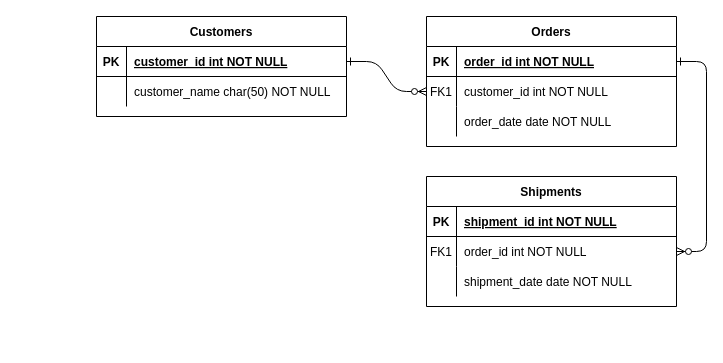
This is Untitled Diagram.drawio from fruitbox12/CS1260, a draw.io file, before an edit. Source tidied: cells renumbered, new cells numbered last; positions are measured from the earlier drawing's top-left corner, leaving out a move shared by most shapes. Both pictures are drawn from the tidied source at 100%, with x=0, y=0 at pixel (96, 16).
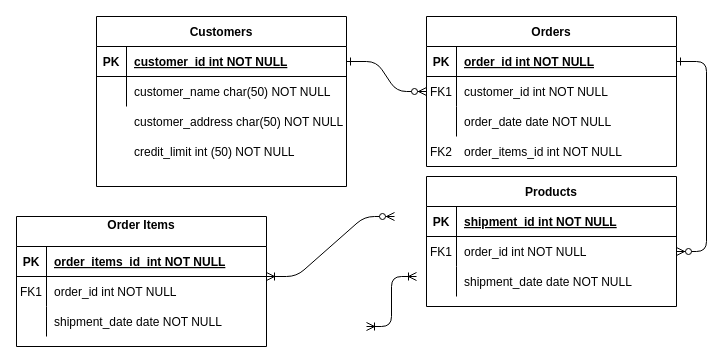
After the change.

Change to the diagram source:
```diff
@@
     <mxCell id="4" value="Orders" style="shape=table;startSize=30;childLayout=tableLayout;rowLines=0;fontStyle=1;align=center;" parent="1" vertex="1">
-      <mxGeometry x="330" width="250" height="130" as="geometry" />
+      <mxGeometry x="330" width="250" height="150" as="geometry" />
     </mxCell>
@@
-    <mxCell id="14" value="Shipments" style="shape=table;startSize=30;childLayout=tableLayout;rowLines=0;fontStyle=1;align=center;" parent="1" vertex="1">
+    <mxCell id="14" value="Products" style="shape=table;startSize=30;childLayout=tableLayout;rowLines=0;fontStyle=1;align=center;" parent="1" vertex="1">
       <mxGeometry x="330" y="160" width="250" height="130" as="geometry" />
     </mxCell>
@@
     <mxCell id="24" value="Customers" style="shape=table;startSize=30;childLayout=tableLayout;rowLines=0;fontStyle=1;align=center;" parent="1" vertex="1">
-      <mxGeometry width="250" height="100" as="geometry" />
+      <mxGeometry width="250" height="170" as="geometry" />
     </mxCell>
@@
+    <mxCell id="31" value="customer_address char(50) NOT NULL" style="shape=partialRectangle;overflow=hidden;fillColor=none;top=0;left=0;bottom=0;right=0;align=left;spacingLeft=6;" parent="1" vertex="1">
+      <mxGeometry x="30" y="90" width="220" height="30" as="geometry" />
+    </mxCell>
+    <mxCell id="32" value="credit_limit int (50) NOT NULL" style="shape=partialRectangle;overflow=hidden;fillColor=none;top=0;left=0;bottom=0;right=0;align=left;spacingLeft=6;" parent="1" vertex="1">
+      <mxGeometry x="30" y="120" width="220" height="30" as="geometry" />
+    </mxCell>
+    <mxCell id="33" value="Order Items&#10;" style="shape=table;startSize=30;childLayout=tableLayout;rowLines=0;fontStyle=1;align=center;" parent="1" vertex="1">
+      <mxGeometry x="-80" y="200" width="250" height="130" as="geometry" />
+    </mxCell>
+    <mxCell id="34" style="shape=partialRectangle;fillColor=none;top=0;left=0;right=0;bottom=1;" parent="33" vertex="1">
+      <mxGeometry y="30" width="250" height="30" as="geometry" />
+    </mxCell>
+    <mxCell id="35" value="PK" style="shape=partialRectangle;overflow=hidden;fillColor=none;top=0;left=0;bottom=0;right=0;fontStyle=1;" parent="34" vertex="1">
+      <mxGeometry width="30" height="30" as="geometry" />
+    </mxCell>
+    <mxCell id="36" value="order_items_id  int NOT NULL " style="shape=partialRectangle;overflow=hidden;fillColor=none;top=0;left=0;bottom=0;right=0;align=left;spacingLeft=6;fontStyle=5;" parent="34" vertex="1">
+      <mxGeometry x="30" width="220" height="30" as="geometry" />
+    </mxCell>
+    <mxCell id="37" style="shape=partialRectangle;fillColor=none;top=0;left=0;right=0;bottom=0;" parent="33" vertex="1">
+      <mxGeometry y="60" width="250" height="30" as="geometry" />
+    </mxCell>
+    <mxCell id="38" value="FK1" style="shape=partialRectangle;overflow=hidden;fillColor=none;top=0;left=0;bottom=0;right=0;" parent="37" vertex="1">
+      <mxGeometry width="30" height="30" as="geometry" />
+    </mxCell>
+    <mxCell id="39" value="order_id int NOT NULL" style="shape=partialRectangle;overflow=hidden;fillColor=none;top=0;left=0;bottom=0;right=0;align=left;spacingLeft=6;" parent="37" vertex="1">
+      <mxGeometry x="30" width="220" height="30" as="geometry" />
+    </mxCell>
+    <mxCell id="40" style="shape=partialRectangle;fillColor=none;top=0;left=0;right=0;bottom=0;" parent="33" vertex="1">
+      <mxGeometry y="90" width="250" height="30" as="geometry" />
+    </mxCell>
+    <mxCell id="41" style="shape=partialRectangle;overflow=hidden;fillColor=none;top=0;left=0;bottom=0;right=0;" parent="40" vertex="1">
+      <mxGeometry width="30" height="30" as="geometry" />
+    </mxCell>
+    <mxCell id="42" value="shipment_date date NOT NULL" style="shape=partialRectangle;overflow=hidden;fillColor=none;top=0;left=0;bottom=0;right=0;align=left;spacingLeft=6;" parent="40" vertex="1">
+      <mxGeometry x="30" width="220" height="30" as="geometry" />
+    </mxCell>
+    <mxCell id="43" style="edgeStyle=entityRelationEdgeStyle;endArrow=ERzeroToMany;startArrow=ERoneToMany;endFill=1;startFill=0;" parent="1" edge="1">
+      <mxGeometry relative="1" as="geometry">
+        <mxPoint x="170" y="260" as="sourcePoint" />
+        <mxPoint x="298" y="200" as="targetPoint" />
+      </mxGeometry>
+    </mxCell>
+    <mxCell id="44" value="order_items_id int NOT NULL" style="shape=partialRectangle;overflow=hidden;fillColor=none;top=0;left=0;bottom=0;right=0;align=left;spacingLeft=6;" parent="1" vertex="1">
+      <mxGeometry x="360" y="120" width="220" height="30" as="geometry" />
+    </mxCell>
+    <mxCell id="45" value="FK2" style="shape=partialRectangle;overflow=hidden;fillColor=none;top=0;left=0;bottom=0;right=0;" parent="1" vertex="1">
+      <mxGeometry x="330" y="120" width="30" height="30" as="geometry" />
+    </mxCell>
+    <mxCell id="46" style="edgeStyle=elbowEdgeStyle;elbow=horizontal;endArrow=ERoneToMany;html=1;startArrow=ERoneToMany;startFill=0;endFill=0;" parent="1" edge="1">
+      <mxGeometry relative="1" as="geometry">
+        <mxPoint x="270" y="310" as="sourcePoint" />
+        <mxPoint x="320" y="260" as="targetPoint" />
+      </mxGeometry>
+    </mxCell>
```
